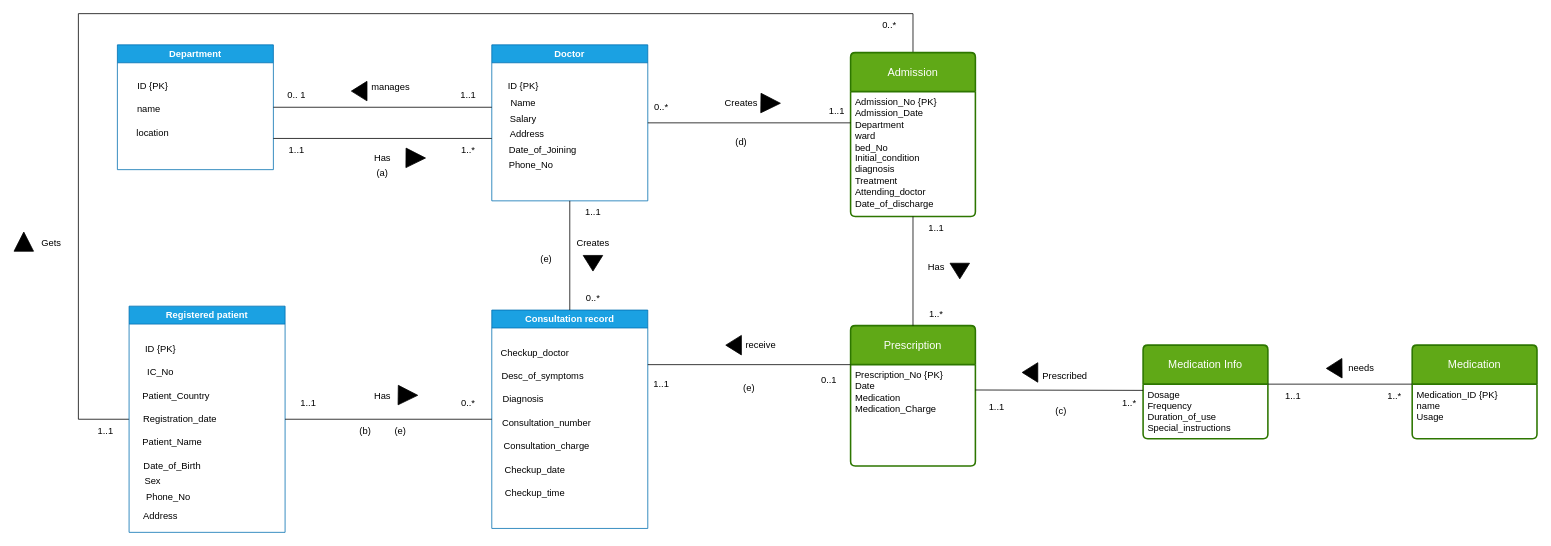
This is Studeent1+2DBMS.drawio from Antonioiewh/DB_MANAGEMENT, a draw.io file, before an edit. Source tidied: cells renumbered, new cells numbered last; positions are measured from the earlier drawing's top-left corner, leaving out a move shared by most shapes. Both pictures are drawn from the tidied source at 78%, with x=0, y=0 at pixel (23, 13).
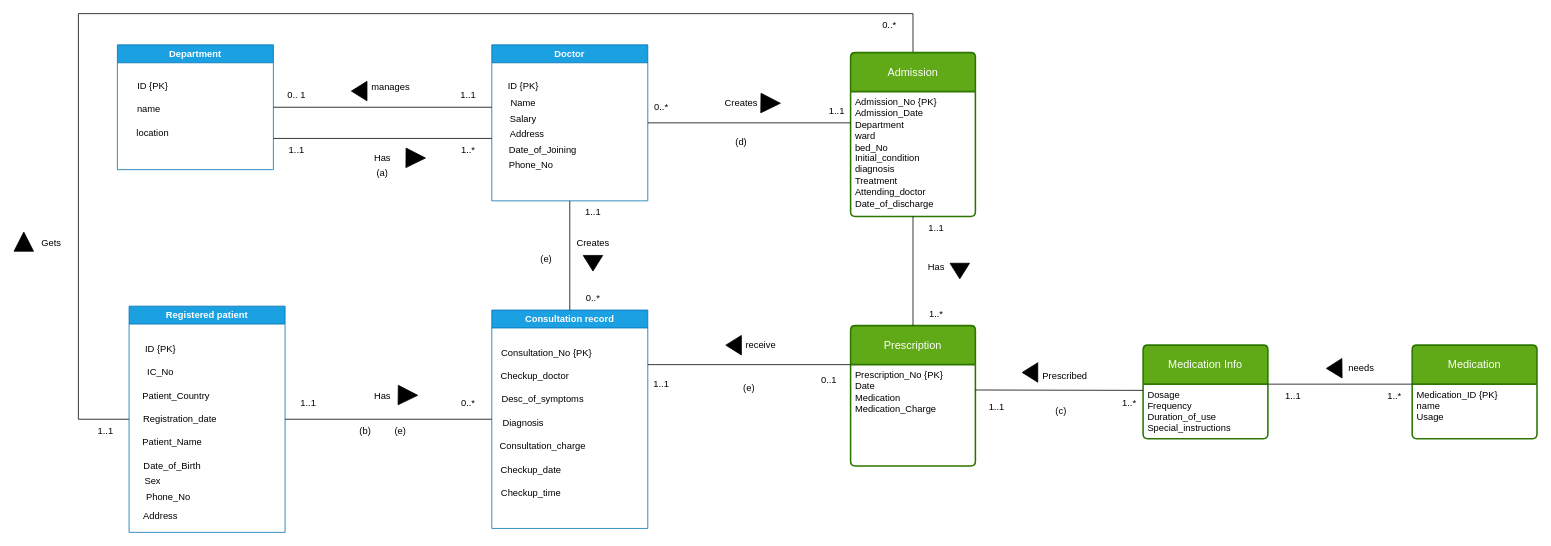
The same page after the edit.

The change refers to these unchanged cells:
```xml
<mxCell id="26" value="Consultation record" style="swimlane;whiteSpace=wrap;html=1;fillColor=#1ba1e2;fontColor=#ffffff;strokeColor=#006EAF;" parent="1" vertex="1">
  <mxGeometry x="600" y="380" width="200" height="280" as="geometry" />
</mxCell>
```

What changed in the source:
```diff
@@
     <mxCell id="27" value="Checkup_doctor" style="text;html=1;align=center;verticalAlign=middle;strokeColor=none;fillColor=none;" parent="26" vertex="1">
-      <mxGeometry y="40" width="110" height="30" as="geometry" />
+      <mxGeometry y="70" width="110" height="30" as="geometry" />
     </mxCell>
     <mxCell id="28" value="Desc_of_symptoms" style="text;html=1;align=center;verticalAlign=middle;strokeColor=none;fillColor=none;" parent="26" vertex="1">
-      <mxGeometry y="70" width="130" height="30" as="geometry" />
+      <mxGeometry y="100" width="130" height="30" as="geometry" />
     </mxCell>
     <mxCell id="29" value="Diagnosis" style="text;html=1;align=center;verticalAlign=middle;strokeColor=none;fillColor=none;" parent="26" vertex="1">
-      <mxGeometry y="100" width="80" height="30" as="geometry" />
+      <mxGeometry y="130" width="80" height="30" as="geometry" />
     </mxCell>
-    <mxCell id="30" value="Consultation_number" style="text;html=1;align=center;verticalAlign=middle;strokeColor=none;fillColor=none;" parent="26" vertex="1">
-      <mxGeometry y="130" width="140" height="30" as="geometry" />
-    </mxCell>
     <mxCell id="31" value="Consultation_charge" style="text;html=1;align=center;verticalAlign=middle;strokeColor=none;fillColor=none;" parent="26" vertex="1">
-      <mxGeometry x="5" y="160" width="130" height="30" as="geometry" />
+      <mxGeometry y="160" width="130" height="30" as="geometry" />
     </mxCell>
     <mxCell id="32" value="Checkup_date" style="text;html=1;align=center;verticalAlign=middle;strokeColor=none;fillColor=none;" parent="26" vertex="1">
-      <mxGeometry x="5" y="190" width="100" height="30" as="geometry" />
+      <mxGeometry y="190" width="100" height="30" as="geometry" />
     </mxCell>
     <mxCell id="33" value="Checkup_time" style="text;html=1;align=center;verticalAlign=middle;strokeColor=none;fillColor=none;" parent="26" vertex="1">
-      <mxGeometry x="5" y="220" width="100" height="30" as="geometry" />
+      <mxGeometry y="220" width="100" height="30" as="geometry" />
     </mxCell>
+    <mxCell id="96" value="Consultation_No {PK}" style="text;html=1;align=center;verticalAlign=middle;strokeColor=none;fillColor=none;" parent="26" vertex="1">
+      <mxGeometry y="40" width="140" height="30" as="geometry" />
+    </mxCell>
```
